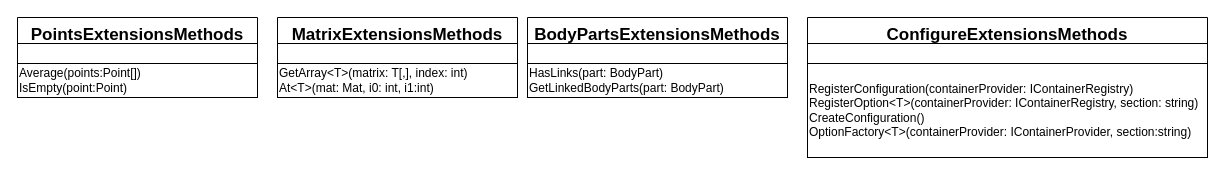
The draw.io diagram page "Extensions" (9 of 11) of Engineering/Packets-specify.drawio in GoldGreen/Skeletonization, before the edit. Source tidied: cells renumbered, new cells numbered last; positions are measured from the earlier drawing's top-left corner, leaving out a move shared by most shapes. Both pictures are drawn from the tidied source at 100%, with x=0, y=0 at pixel (17, 17).
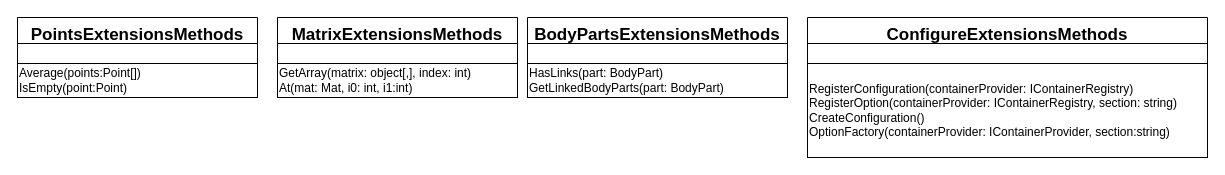
After the change.

Diff of the diagram source:
```diff
@@
 <mxGraphModel>
   <root>
     <mxCell id="0" />
     <mxCell id="1" parent="0" />
     <mxCell id="2" value="BodyPartsExtensionsMethods" style="swimlane;fontStyle=1;align=center;verticalAlign=top;horizontal=1;startSize=26;fontSize=17;" parent="1" vertex="1">
       <mxGeometry x="510" width="260" height="80" as="geometry" />
     </mxCell>
     <mxCell id="3" style="rounded=0;whiteSpace=wrap;html=1;fontFamily=Helvetica;fontSize=12;fontColor=default;startSize=26;strokeColor=default;fillColor=default;align=left;" parent="2" vertex="1">
       <mxGeometry y="26" width="260" height="20" as="geometry" />
     </mxCell>
     <mxCell id="4" value="HasLinks(part: BodyPart)&lt;br&gt;GetLinkedBodyParts(part: BodyPart)" style="rounded=0;whiteSpace=wrap;html=1;fontFamily=Helvetica;fontSize=12;fontColor=default;startSize=26;strokeColor=default;fillColor=default;align=left;" parent="2" vertex="1">
       <mxGeometry y="46" width="260" height="34" as="geometry" />
     </mxCell>
     <mxCell id="5" value="ConfigureExtensionsMethods" style="swimlane;fontStyle=1;align=center;verticalAlign=top;horizontal=1;startSize=26;fontSize=17;" parent="1" vertex="1">
       <mxGeometry x="790" width="400" height="140" as="geometry" />
     </mxCell>
     <mxCell id="6" style="rounded=0;whiteSpace=wrap;html=1;fontFamily=Helvetica;fontSize=12;fontColor=default;startSize=26;strokeColor=default;fillColor=default;align=left;" parent="5" vertex="1">
       <mxGeometry y="26" width="400" height="20" as="geometry" />
     </mxCell>
-    <mxCell id="7" value="RegisterConfiguration(containerProvider: IContainerRegistry)&lt;br&gt;RegisterOption&amp;lt;T&amp;gt;(containerProvider: IContainerRegistry, section: string)&lt;br&gt;CreateConfiguration()&lt;br&gt;OptionFactory&amp;lt;T&amp;gt;(containerProvider: IContainerProvider, section:string)" style="rounded=0;whiteSpace=wrap;html=1;fontFamily=Helvetica;fontSize=12;fontColor=default;startSize=26;strokeColor=default;fillColor=default;align=left;" parent="5" vertex="1">
+    <mxCell id="7" value="RegisterConfiguration(containerProvider: IContainerRegistry)&lt;br&gt;RegisterOption(containerProvider: IContainerRegistry, section: string)&lt;br&gt;CreateConfiguration()&lt;br&gt;OptionFactory(containerProvider: IContainerProvider, section:string)" style="rounded=0;whiteSpace=wrap;html=1;fontFamily=Helvetica;fontSize=12;fontColor=default;startSize=26;strokeColor=default;fillColor=default;align=left;" parent="5" vertex="1">
       <mxGeometry y="46" width="400" height="94" as="geometry" />
     </mxCell>
     <mxCell id="8" value="MatrixExtensionsMethods" style="swimlane;fontStyle=1;align=center;verticalAlign=top;horizontal=1;startSize=26;fontSize=17;" parent="1" vertex="1">
       <mxGeometry x="260" width="240" height="80" as="geometry" />
     </mxCell>
     <mxCell id="9" style="rounded=0;whiteSpace=wrap;html=1;fontFamily=Helvetica;fontSize=12;fontColor=default;startSize=26;strokeColor=default;fillColor=default;align=left;" parent="8" vertex="1">
       <mxGeometry y="26" width="240" height="20" as="geometry" />
     </mxCell>
-    <mxCell id="10" value="GetArray&amp;lt;T&amp;gt;(matrix: T[,], index: int)&lt;br&gt;At&amp;lt;T&amp;gt;(mat: Mat, i0: int, i1:int)" style="rounded=0;whiteSpace=wrap;html=1;fontFamily=Helvetica;fontSize=12;fontColor=default;startSize=26;strokeColor=default;fillColor=default;align=left;" parent="8" vertex="1">
+    <mxCell id="10" value="GetArray(matrix: object[,], index: int)&lt;br&gt;At(mat: Mat, i0: int, i1:int)" style="rounded=0;whiteSpace=wrap;html=1;fontFamily=Helvetica;fontSize=12;fontColor=default;startSize=26;strokeColor=default;fillColor=default;align=left;" parent="8" vertex="1">
       <mxGeometry y="46" width="240" height="34" as="geometry" />
     </mxCell>
     <mxCell id="11" value="PointsExtensionsMethods" style="swimlane;fontStyle=1;align=center;verticalAlign=top;horizontal=1;startSize=26;fontSize=17;" parent="1" vertex="1">
       <mxGeometry width="240" height="80" as="geometry" />
     </mxCell>
     <mxCell id="12" style="rounded=0;whiteSpace=wrap;html=1;fontFamily=Helvetica;fontSize=12;fontColor=default;startSize=26;strokeColor=default;fillColor=default;align=left;" parent="11" vertex="1">
       <mxGeometry y="26" width="240" height="20" as="geometry" />
     </mxCell>
     <mxCell id="13" value="Average(points:Point[])&lt;br&gt;IsEmpty(point:Point)" style="rounded=0;whiteSpace=wrap;html=1;fontFamily=Helvetica;fontSize=12;fontColor=default;startSize=26;strokeColor=default;fillColor=default;align=left;" parent="11" vertex="1">
       <mxGeometry y="46" width="240" height="34" as="geometry" />
     </mxCell>
   </root>
 </mxGraphModel>
```
